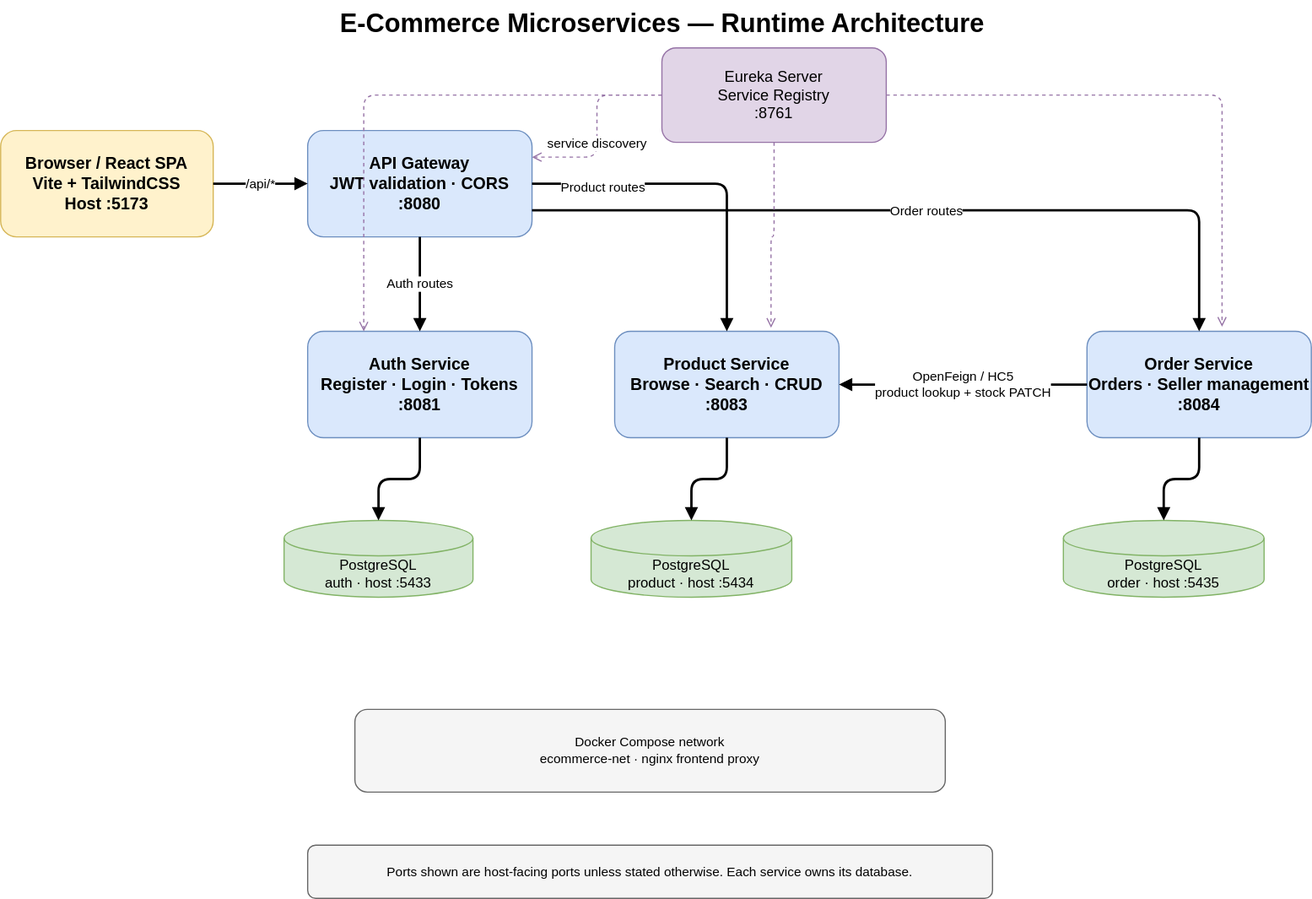
The draw.io diagram docs/diagrams/architecture.drawio.svg in KhaldounDamach2/kh-ecommerce-microservices, before a commit. Source tidied: cells renumbered, new cells last; positions are measured from the earlier drawing's top-left corner, leaving out a move shared by most shapes.
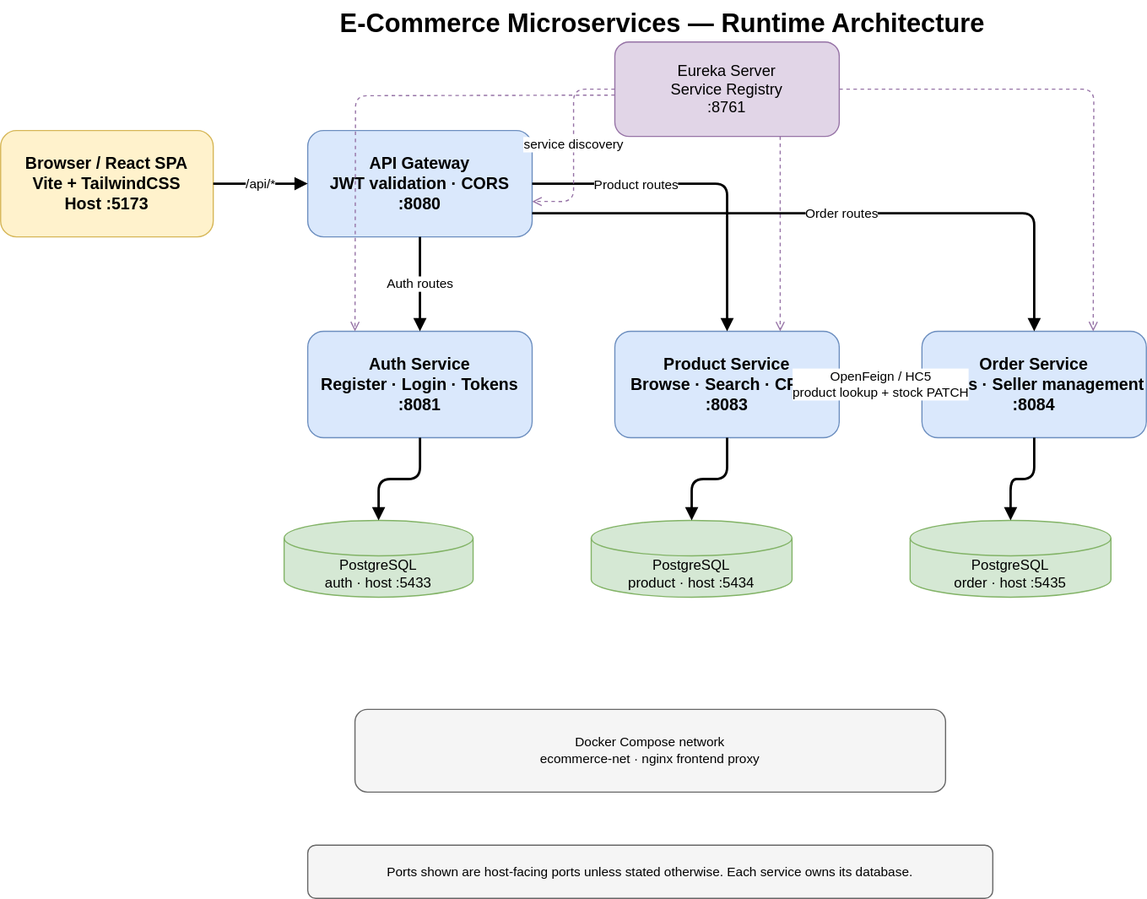
After the commit.

Commit message:
docs: add draw.io architecture and flow diagrams

Diff of the diagram source:
```diff
@@ -1,4 +1,4 @@
-<mxGraphModel>
+<mxGraphModel background="#FFFFFF">
   <root>
     <mxCell id="0" />
     <mxCell id="1" parent="0" />
@@ -12,7 +12,7 @@
       <mxGeometry x="260" y="110" width="190" height="90" as="geometry" />
     </mxCell>
     <mxCell id="5" value="Eureka Server&lt;br&gt;Service Registry&lt;br&gt;:8761" style="rounded=1;whiteSpace=wrap;html=1;fillColor=#e1d5e7;strokeColor=#9673a6;fontSize=13;" parent="1" vertex="1">
-      <mxGeometry x="560" y="40" width="190" height="80" as="geometry" />
+      <mxGeometry x="520" y="35" width="190" height="80" as="geometry" />
     </mxCell>
     <mxCell id="6" value="Auth Service&lt;br&gt;Register · Login · Tokens&lt;br&gt;:8081" style="rounded=1;whiteSpace=wrap;html=1;fillColor=#dae8fc;strokeColor=#6c8ebf;fontSize=14;fontStyle=1;" parent="1" vertex="1">
       <mxGeometry x="260" y="280" width="190" height="90" as="geometry" />
@@ -21,7 +21,7 @@
       <mxGeometry x="520" y="280" width="190" height="90" as="geometry" />
     </mxCell>
     <mxCell id="8" value="Order Service&lt;br&gt;Orders · Seller management&lt;br&gt;:8084" style="rounded=1;whiteSpace=wrap;html=1;fillColor=#dae8fc;strokeColor=#6c8ebf;fontSize=14;fontStyle=1;" parent="1" vertex="1">
-      <mxGeometry x="920" y="280" width="190" height="90" as="geometry" />
+      <mxGeometry x="780" y="280" width="190" height="90" as="geometry" />
     </mxCell>
     <mxCell id="9" value="PostgreSQL&lt;br&gt;auth · host :5433" style="shape=cylinder3;whiteSpace=wrap;html=1;boundedLbl=1;backgroundOutline=1;size=15;fillColor=#d5e8d4;strokeColor=#82b366;fontSize=12;" parent="1" vertex="1">
       <mxGeometry x="240" y="440" width="160" height="65" as="geometry" />
@@ -30,7 +30,7 @@
       <mxGeometry x="500" y="440" width="170" height="65" as="geometry" />
     </mxCell>
     <mxCell id="11" value="PostgreSQL&lt;br&gt;order · host :5435" style="shape=cylinder3;whiteSpace=wrap;html=1;boundedLbl=1;backgroundOutline=1;size=15;fillColor=#d5e8d4;strokeColor=#82b366;fontSize=12;" parent="1" vertex="1">
-      <mxGeometry x="900" y="440" width="170" height="65" as="geometry" />
+      <mxGeometry x="770" y="440" width="170" height="65" as="geometry" />
     </mxCell>
     <mxCell id="12" value="Docker Compose network&lt;br&gt;ecommerce-net · nginx frontend proxy" style="rounded=1;whiteSpace=wrap;html=1;fillColor=#f5f5f5;strokeColor=#666666;fontSize=11;" parent="1" vertex="1">
       <mxGeometry x="300" y="600" width="500" height="70" as="geometry" />
@@ -47,11 +47,18 @@
     <mxCell id="16" style="edgeStyle=orthogonalEdgeStyle;rounded=1;jettySize=auto;html=1;endArrow=block;endFill=1;strokeWidth=2;" parent="1" edge="1" source="4" target="7">
       <mxGeometry relative="1" as="geometry" />
     </mxCell>
+    <mxCell id="27" value="Text" style="edgeLabel;html=1;align=center;verticalAlign=middle;" parent="16" vertex="1">
+      <mxGeometry x="-0.38" relative="1" as="geometry" />
+    </mxCell>
-    <mxCell id="17" value="&lt;span style=&quot;color: rgb(0, 0, 0);&quot;&gt;Product routes&lt;/span&gt;" style="edgeLabel;html=1;align=center;verticalAlign=middle;" parent="16" vertex="1">
-      <mxGeometry x="-0.59" y="-2" relative="1" as="geometry" />
+    <mxCell id="17" value="Product routes" style="edgeLabel;html=1;align=center;verticalAlign=middle;" parent="16" vertex="1">
+      <mxGeometry x="-0.4" relative="1" as="geometry" />
     </mxCell>
-    <mxCell id="18" value="Order routes" style="edgeStyle=orthogonalEdgeStyle;rounded=1;jettySize=auto;html=1;endArrow=block;endFill=1;strokeWidth=2;exitX=1;exitY=0.75;exitDx=0;exitDy=0;" parent="1" edge="1" source="4" target="8">
-      <mxGeometry relative="1" as="geometry" />
+    <mxCell id="18" value="Order routes" style="edgeStyle=orthogonalEdgeStyle;rounded=1;jettySize=auto;html=1;endArrow=block;endFill=1;strokeWidth=2;" parent="1" edge="1" source="4" target="8">
+      <mxGeometry relative="1" as="geometry">
+        <Array as="points">
+          <mxPoint x="875" y="180" />
+        </Array>
+      </mxGeometry>
     </mxCell>
     <mxCell id="19" style="edgeStyle=orthogonalEdgeStyle;rounded=1;jettySize=auto;html=1;endArrow=block;endFill=1;strokeWidth=2;" parent="1" edge="1" source="6" target="9">
       <mxGeometry relative="1" as="geometry" />
@@ -65,17 +72,27 @@
     <mxCell id="22" value="OpenFeign / HC5&lt;br&gt;product lookup + stock PATCH" style="edgeStyle=orthogonalEdgeStyle;rounded=1;jettySize=auto;html=1;endArrow=block;endFill=1;strokeWidth=2;" parent="1" edge="1" source="8" target="7">
       <mxGeometry relative="1" as="geometry" />
     </mxCell>
-    <mxCell id="23" value="service discovery" style="edgeStyle=orthogonalEdgeStyle;rounded=1;html=1;dashed=1;endArrow=open;strokeColor=#9673a6;entryX=1;entryY=0.25;entryDx=0;entryDy=0;" parent="1" edge="1" source="5" target="4">
-      <mxGeometry x="0.18" relative="1" as="geometry" />
+    <mxCell id="23" value="service discovery" style="edgeStyle=orthogonalEdgeStyle;rounded=1;html=1;dashed=1;endArrow=open;strokeColor=#9673a6;entryX=1;entryY=0.667;entryDx=0;entryDy=0;entryPerimeter=0;" parent="1" edge="1" source="5" target="4">
+      <mxGeometry relative="1" as="geometry" />
     </mxCell>
-    <mxCell id="24" style="edgeStyle=orthogonalEdgeStyle;rounded=1;html=1;dashed=1;endArrow=open;strokeColor=#9673a6;entryX=0.25;entryY=0;entryDx=0;entryDy=0;" parent="1" edge="1" source="5" target="6">
-      <mxGeometry x="-0.05" relative="1" as="geometry" />
-    </mxCell>
+    <mxCell id="28" style="edgeStyle=orthogonalEdgeStyle;rounded=1;html=1;dashed=1;endArrow=open;strokeColor=#9673a6;" parent="1" edge="1">
+      <mxGeometry relative="1" as="geometry">
+        <mxPoint x="520" y="80" as="sourcePoint" />
+        <mxPoint x="300" y="280" as="targetPoint" />
+      </mxGeometry>
+    </mxCell>
-    <mxCell id="25" style="edgeStyle=orthogonalEdgeStyle;rounded=1;html=1;dashed=1;endArrow=open;strokeColor=#9673a6;entryX=0.697;entryY=-0.034;entryDx=0;entryDy=0;entryPerimeter=0;exitX=0.5;exitY=1;exitDx=0;exitDy=0;" parent="1" edge="1" source="5" target="7">
-      <mxGeometry x="-0.14" relative="1" as="geometry" />
+    <mxCell id="25" style="edgeStyle=orthogonalEdgeStyle;rounded=1;html=1;dashed=1;endArrow=open;strokeColor=#9673a6;" parent="1" edge="1" source="5" target="7">
+      <mxGeometry relative="1" as="geometry">
+        <Array as="points">
+          <mxPoint x="660" y="140" />
+          <mxPoint x="660" y="140" />
+        </Array>
+      </mxGeometry>
     </mxCell>
-    <mxCell id="26" style="edgeStyle=orthogonalEdgeStyle;rounded=1;html=1;dashed=1;endArrow=open;strokeColor=#9673a6;entryX=0.602;entryY=-0.044;entryDx=0;entryDy=0;entryPerimeter=0;" parent="1" edge="1" source="5" target="8">
-      <mxGeometry relative="1" as="geometry" />
-    </mxCell>
+    <mxCell id="29" style="edgeStyle=orthogonalEdgeStyle;rounded=1;html=1;dashed=1;endArrow=open;strokeColor=#9673a6;exitX=1;exitY=0.5;exitDx=0;exitDy=0;" parent="1" edge="1" source="5">
+      <mxGeometry relative="1" as="geometry">
+        <mxPoint x="925" y="280" as="targetPoint" />
+      </mxGeometry>
+    </mxCell>
   </root>
 </mxGraphModel>
```
